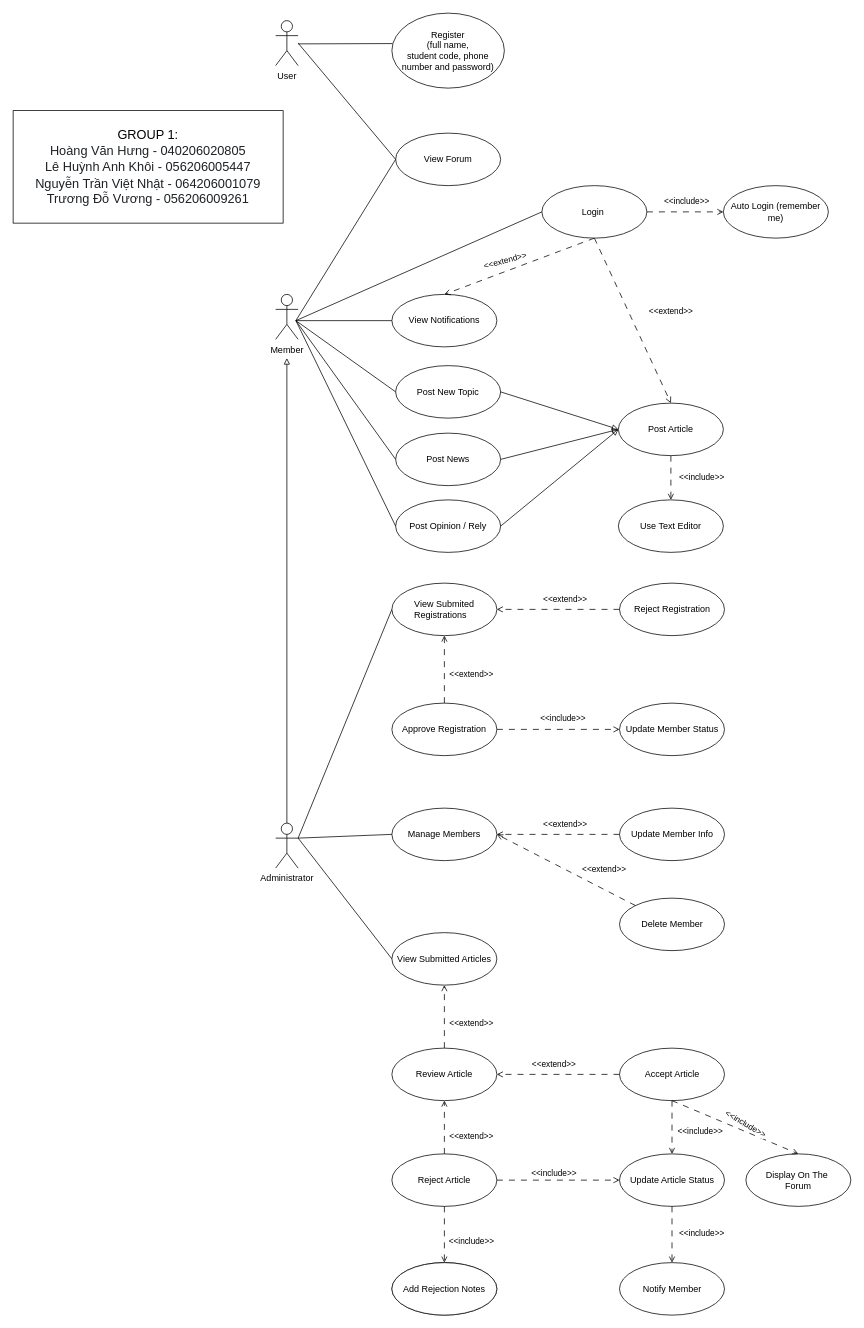
Earlier version of the draw.io diagram Lab1_UseCase_diagram.drawio (zombieTDV/Software-Engineer-Team1-Repo). Source tidied: cells renumbered, new cells numbered last; positions are measured from the earlier drawing's top-left corner, leaving out a move shared by most shapes. Both pictures are drawn from the tidied source at 75%, with x=0, y=0 at pixel (13, 13).
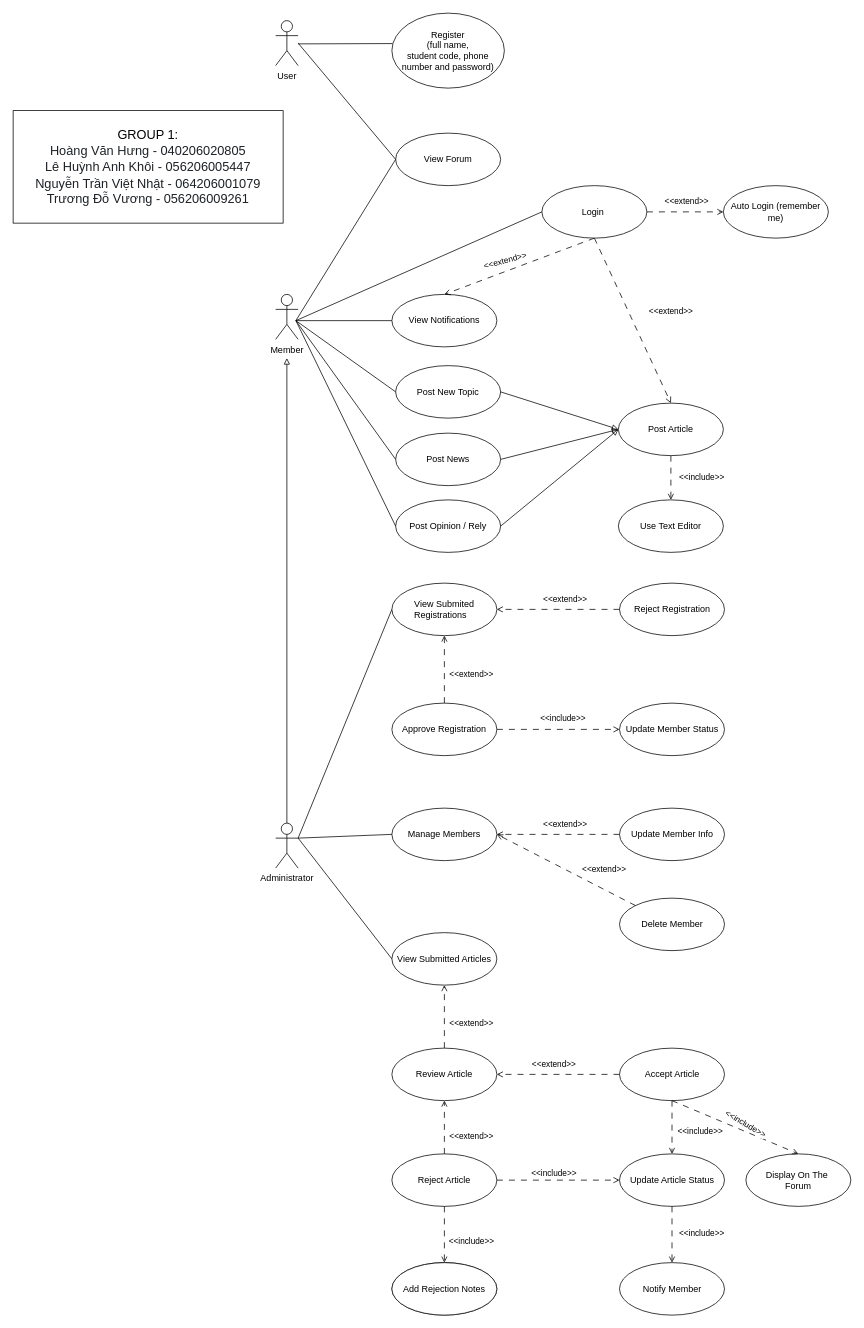
Above is the later version.

Diff of the diagram source:
```diff
@@
-    <mxCell id="20" value="&amp;lt;&amp;lt;include&amp;gt;&amp;gt;" style="edgeLabel;html=1;align=center;verticalAlign=middle;" parent="1" vertex="1">
+    <mxCell id="20" value="&amp;lt;&amp;lt;extend&amp;gt;&amp;gt;" style="edgeLabel;html=1;align=center;verticalAlign=middle;" parent="1" vertex="1">
       <mxGeometry x="897" y="250" as="geometry" />
     </mxCell>
```
